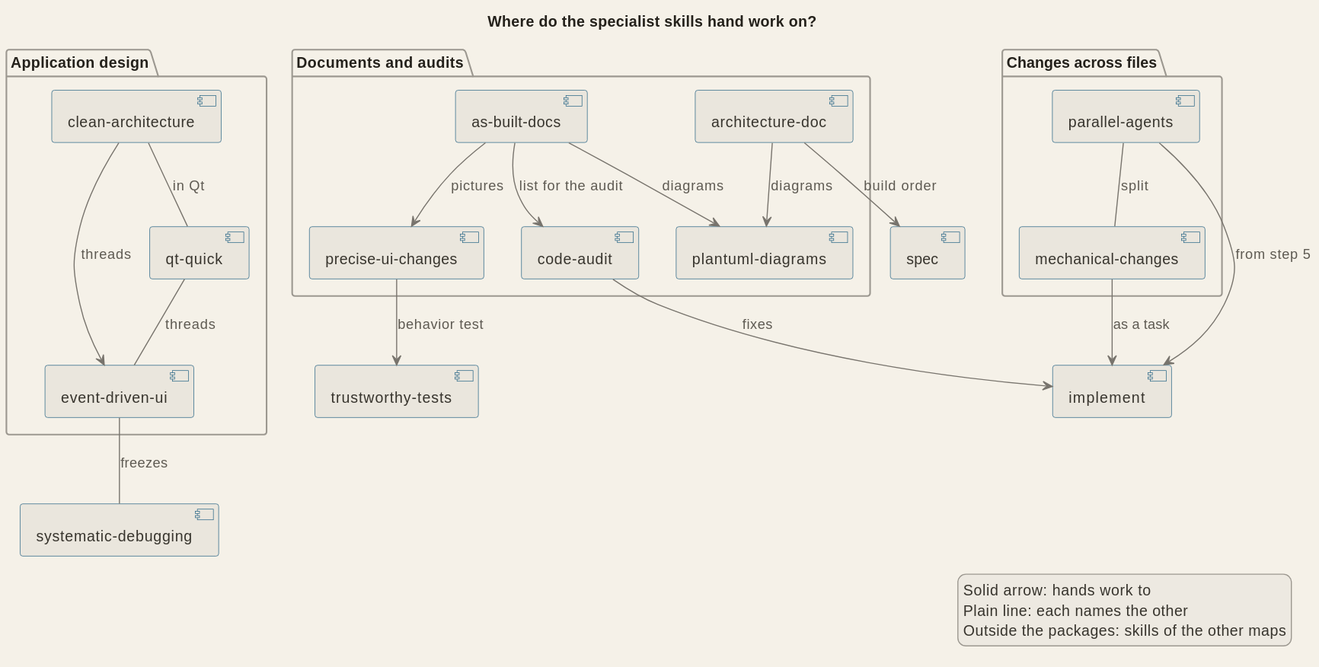
Earlier version of the PlantUML export docs/diagrams/arch_skills_specialist.svg (signorenne/dotagents). Its diagram source:
```plantuml
@startuml
!include palette.iuml
title Where do the specialist skills hand work on?

package "Application design" {
  component "clean-architecture" as clean
  component "qt-quick" as qt
  component "event-driven-ui" as events
}

package "Documents and audits" {
  component "architecture-doc" as archdoc
  component "as-built-docs" as asbuilt
  component "plantuml-diagrams" as puml
  component "precise-ui-changes" as preciseui
  component "code-audit" as audit
}

package "Changes across files" {
  component "mechanical-changes" as mech
  component "parallel-agents" as parallel
}

component "systematic-debugging" as debug
component "spec" as spec
component "trustworthy-tests" as tests
component "implement" as implement

archdoc --> puml : diagrams
asbuilt --> puml : diagrams
asbuilt --> preciseui : pictures
asbuilt --> audit : list for the audit
archdoc --> spec : build order
audit --> implement : fixes
preciseui --> tests : behavior test

parallel -- mech : split
mech --> implement : as a task
parallel --> implement : from step 5

clean -- qt : in Qt
clean --> events : threads
qt -- events : threads
events -- debug : freezes

legend right
  Solid arrow: hands work to
  Plain line: each names the other
  Outside the packages: skills of the other maps
endlegend
@enduml
```
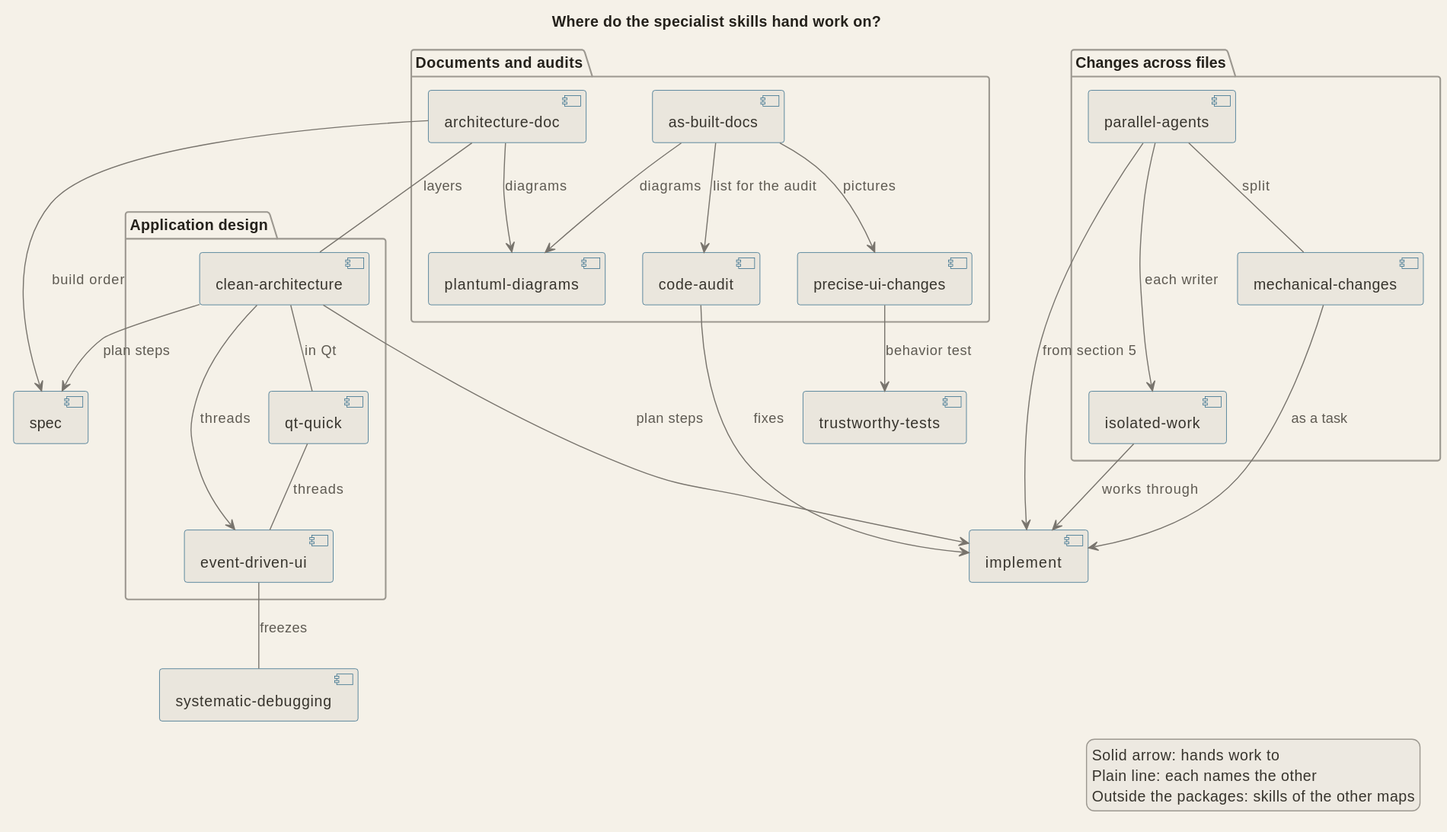
Later version of the same file.

The edit, as a diff of the source:
```diff
@@ -19,6 +19,7 @@
 package "Changes across files" {
   component "mechanical-changes" as mech
   component "parallel-agents" as parallel
+  component "isolated-work" as isolated
 }
 
 component "systematic-debugging" as debug
@@ -31,17 +32,23 @@
 asbuilt --> preciseui : pictures
 asbuilt --> audit : list for the audit
 archdoc --> spec : build order
+archdoc -- clean : layers
 audit --> implement : fixes
 preciseui --> tests : behavior test
 
 parallel -- mech : split
 mech --> implement : as a task
-parallel --> implement : from step 5
+parallel --> implement : from section 5
+parallel ---> isolated : each writer
+isolated --> implement : works through
+mech -[hidden]down- isolated
 
 clean -- qt : in Qt
 clean --> events : threads
 qt -- events : threads
 events -- debug : freezes
+clean --> spec : plan steps
+clean ---> implement : plan steps
 
 legend right
   Solid arrow: hands work to
```
